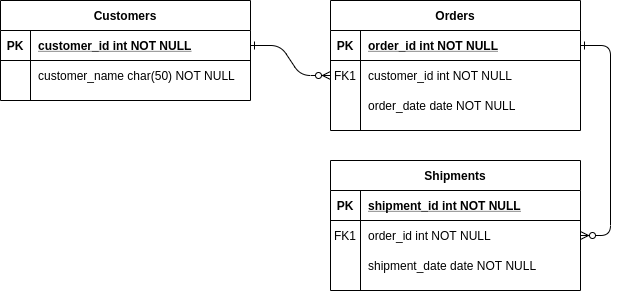
This is gallery-is-ER.png from x00Pavel/festival-IS, a draw.io export, as it was before one commit. Source tidied: cells renumbered, new cells last; positions are measured from the earlier drawing's top-left corner, leaving out a move shared by most shapes.
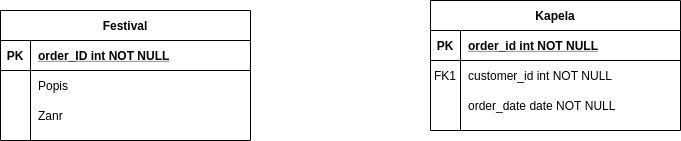
Later version of the same file.

The edit, as a diff of the source:
```diff
@@ -2,14 +2,38 @@
   <root>
     <mxCell id="0" />
     <mxCell id="1" parent="0" />
-    <mxCell id="2" style="edgeStyle=entityRelationEdgeStyle;endArrow=ERzeroToMany;startArrow=ERone;endFill=1;startFill=0;" parent="1" edge="1" source="25" target="8">
-      <mxGeometry relative="1" as="geometry" />
-    </mxCell>
-    <mxCell id="3" style="edgeStyle=entityRelationEdgeStyle;endArrow=ERzeroToMany;startArrow=ERone;endFill=1;startFill=0;" parent="1" edge="1" source="5" target="18">
-      <mxGeometry relative="1" as="geometry" />
-    </mxCell>
+    <mxCell id="24" value="Festival" style="shape=table;startSize=30;rowLines=0;fontStyle=1;align=center;" parent="1" vertex="1">
+      <mxGeometry width="250" height="130" as="geometry" />
+    </mxCell>
+    <mxCell id="25" style="shape=partialRectangle;fillColor=none;points=[[0,0.5],[1,0.5]];portConstraint=eastwest;top=0;left=0;right=0;bottom=1;" parent="24" vertex="1">
+      <mxGeometry y="30" width="250" height="30" as="geometry" />
+    </mxCell>
+    <mxCell id="26" value="PK" style="shape=partialRectangle;overflow=hidden;fillColor=none;top=0;left=0;bottom=0;right=0;fontStyle=1;" parent="25" vertex="1">
+      <mxGeometry width="30" height="30" as="geometry" />
+    </mxCell>
+    <mxCell id="27" value="order_ID int NOT NULL" style="shape=partialRectangle;overflow=hidden;fillColor=none;top=0;left=0;bottom=0;right=0;align=left;spacingLeft=6;fontStyle=5;" parent="25" vertex="1">
+      <mxGeometry x="30" width="220" height="30" as="geometry" />
+    </mxCell>
+    <mxCell id="28" style="shape=partialRectangle;fillColor=none;top=0;left=0;right=0;bottom=0;" parent="24" vertex="1">
+      <mxGeometry y="60" width="250" height="30" as="geometry" />
+    </mxCell>
+    <mxCell id="29" style="shape=partialRectangle;overflow=hidden;fillColor=none;top=0;left=0;bottom=0;right=0;" parent="28" vertex="1">
+      <mxGeometry width="30" height="30" as="geometry" />
+    </mxCell>
+    <mxCell id="30" value="Popis" style="shape=partialRectangle;overflow=hidden;fillColor=none;top=0;left=0;bottom=0;right=0;align=left;spacingLeft=6;" parent="28" vertex="1">
+      <mxGeometry x="30" width="220" height="30" as="geometry" />
+    </mxCell>
+    <mxCell id="31" style="shape=partialRectangle;fillColor=none;top=0;left=0;bottom=0;right=0;" parent="24" vertex="1">
+      <mxGeometry y="90" width="250" height="30" as="geometry" />
+    </mxCell>
+    <mxCell id="32" style="shape=partialRectangle;fillColor=none;top=0;left=0;bottom=0;right=0;overflow=hidden;" parent="31" vertex="1">
+      <mxGeometry width="30" height="30" as="geometry" />
+    </mxCell>
+    <mxCell id="33" value="Zanr" style="shape=partialRectangle;fillColor=none;top=0;left=0;bottom=0;right=0;align=left;spacingLeft=6;overflow=hidden;" parent="31" vertex="1">
+      <mxGeometry x="30" width="220" height="30" as="geometry" />
+    </mxCell>
-    <mxCell id="4" value="Orders" style="shape=table;startSize=30;rowLines=0;fontStyle=1;align=center;" parent="1" vertex="1">
-      <mxGeometry x="330" width="250" height="130" as="geometry" />
+    <mxCell id="4" value="Kapela" style="shape=table;startSize=30;rowLines=0;fontStyle=1;align=center;" parent="1" vertex="1">
+      <mxGeometry x="430" y="-10" width="250" height="130" as="geometry" />
     </mxCell>
     <mxCell id="5" style="shape=partialRectangle;fillColor=none;points=[[0,0.5],[1,0.5]];portConstraint=eastwest;top=0;left=0;right=0;bottom=1;" parent="4" vertex="1">
       <mxGeometry y="30" width="250" height="30" as="geometry" />
@@ -38,56 +62,5 @@
     <mxCell id="13" value="order_date date NOT NULL" style="shape=partialRectangle;overflow=hidden;fillColor=none;top=0;left=0;bottom=0;right=0;align=left;spacingLeft=6;" parent="11" vertex="1">
       <mxGeometry x="30" width="220" height="30" as="geometry" />
     </mxCell>
-    <mxCell id="14" value="Shipments" style="shape=table;startSize=30;rowLines=0;fontStyle=1;align=center;" parent="1" vertex="1">
-      <mxGeometry x="330" y="160" width="250" height="130" as="geometry" />
-    </mxCell>
-    <mxCell id="15" style="shape=partialRectangle;fillColor=none;top=0;left=0;right=0;bottom=1;" parent="14" vertex="1">
-      <mxGeometry y="30" width="250" height="30" as="geometry" />
-    </mxCell>
-    <mxCell id="16" value="PK" style="shape=partialRectangle;overflow=hidden;fillColor=none;top=0;left=0;bottom=0;right=0;fontStyle=1;" parent="15" vertex="1">
-      <mxGeometry width="30" height="30" as="geometry" />
-    </mxCell>
-    <mxCell id="17" value="shipment_id int NOT NULL " style="shape=partialRectangle;overflow=hidden;fillColor=none;top=0;left=0;bottom=0;right=0;align=left;spacingLeft=6;fontStyle=5;" parent="15" vertex="1">
-      <mxGeometry x="30" width="220" height="30" as="geometry" />
-    </mxCell>
-    <mxCell id="18" style="shape=partialRectangle;fillColor=none;points=[[0,0.5],[1,0.5]];portConstraint=eastwest;top=0;left=0;right=0;bottom=0;" parent="14" vertex="1">
-      <mxGeometry y="60" width="250" height="30" as="geometry" />
-    </mxCell>
-    <mxCell id="19" value="FK1" style="shape=partialRectangle;overflow=hidden;fillColor=none;top=0;left=0;bottom=0;right=0;" parent="18" vertex="1">
-      <mxGeometry width="30" height="30" as="geometry" />
-    </mxCell>
-    <mxCell id="20" value="order_id int NOT NULL" style="shape=partialRectangle;overflow=hidden;fillColor=none;top=0;left=0;bottom=0;right=0;align=left;spacingLeft=6;" parent="18" vertex="1">
-      <mxGeometry x="30" width="220" height="30" as="geometry" />
-    </mxCell>
-    <mxCell id="21" style="shape=partialRectangle;fillColor=none;top=0;left=0;right=0;bottom=0;" parent="14" vertex="1">
-      <mxGeometry y="90" width="250" height="30" as="geometry" />
-    </mxCell>
-    <mxCell id="22" style="shape=partialRectangle;overflow=hidden;fillColor=none;top=0;left=0;bottom=0;right=0;" parent="21" vertex="1">
-      <mxGeometry width="30" height="30" as="geometry" />
-    </mxCell>
-    <mxCell id="23" value="shipment_date date NOT NULL" style="shape=partialRectangle;overflow=hidden;fillColor=none;top=0;left=0;bottom=0;right=0;align=left;spacingLeft=6;" parent="21" vertex="1">
-      <mxGeometry x="30" width="220" height="30" as="geometry" />
-    </mxCell>
-    <mxCell id="24" value="Customers" style="shape=table;startSize=30;rowLines=0;fontStyle=1;align=center;" parent="1" vertex="1">
-      <mxGeometry width="250" height="100" as="geometry" />
-    </mxCell>
-    <mxCell id="25" style="shape=partialRectangle;fillColor=none;points=[[0,0.5],[1,0.5]];portConstraint=eastwest;top=0;left=0;right=0;bottom=1;" parent="24" vertex="1">
-      <mxGeometry y="30" width="250" height="30" as="geometry" />
-    </mxCell>
-    <mxCell id="26" value="PK" style="shape=partialRectangle;overflow=hidden;fillColor=none;top=0;left=0;bottom=0;right=0;fontStyle=1;" parent="25" vertex="1">
-      <mxGeometry width="30" height="30" as="geometry" />
-    </mxCell>
-    <mxCell id="27" value="customer_id int NOT NULL " style="shape=partialRectangle;overflow=hidden;fillColor=none;top=0;left=0;bottom=0;right=0;align=left;spacingLeft=6;fontStyle=5;" parent="25" vertex="1">
-      <mxGeometry x="30" width="220" height="30" as="geometry" />
-    </mxCell>
-    <mxCell id="28" style="shape=partialRectangle;fillColor=none;top=0;left=0;right=0;bottom=0;" parent="24" vertex="1">
-      <mxGeometry y="60" width="250" height="30" as="geometry" />
-    </mxCell>
-    <mxCell id="29" style="shape=partialRectangle;overflow=hidden;fillColor=none;top=0;left=0;bottom=0;right=0;" parent="28" vertex="1">
-      <mxGeometry width="30" height="30" as="geometry" />
-    </mxCell>
-    <mxCell id="30" value="customer_name char(50) NOT NULL" style="shape=partialRectangle;overflow=hidden;fillColor=none;top=0;left=0;bottom=0;right=0;align=left;spacingLeft=6;" parent="28" vertex="1">
-      <mxGeometry x="30" width="220" height="30" as="geometry" />
-    </mxCell>
   </root>
 </mxGraphModel>
```
